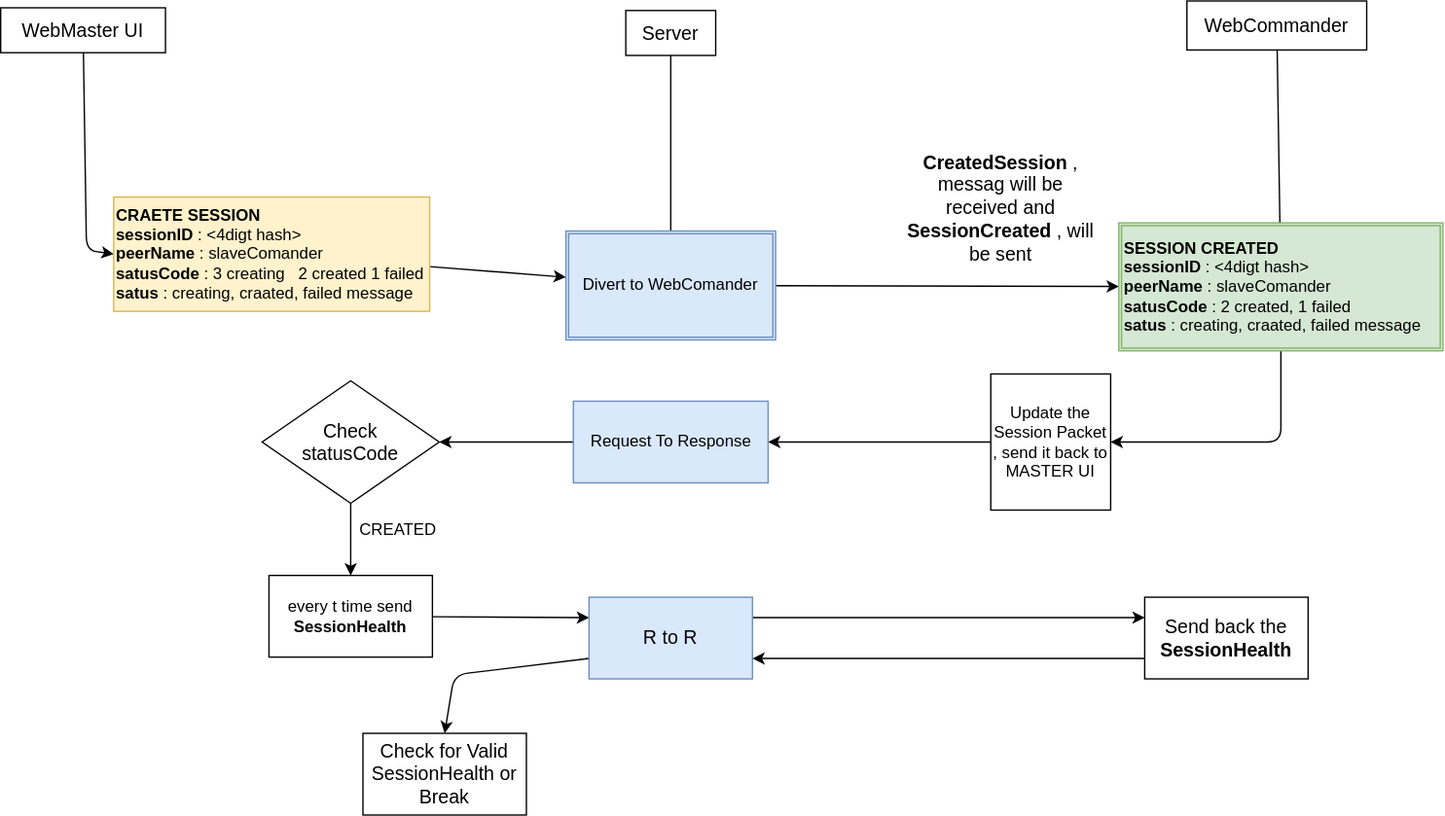
Before: draw.drawio.svg, a diagram exported from draw.io (ABugNamedBeetle/SimpleWebSocketJS). Source tidied: cells renumbered, new cells last; positions are measured from the earlier drawing's top-left corner, leaving out a move shared by most shapes.
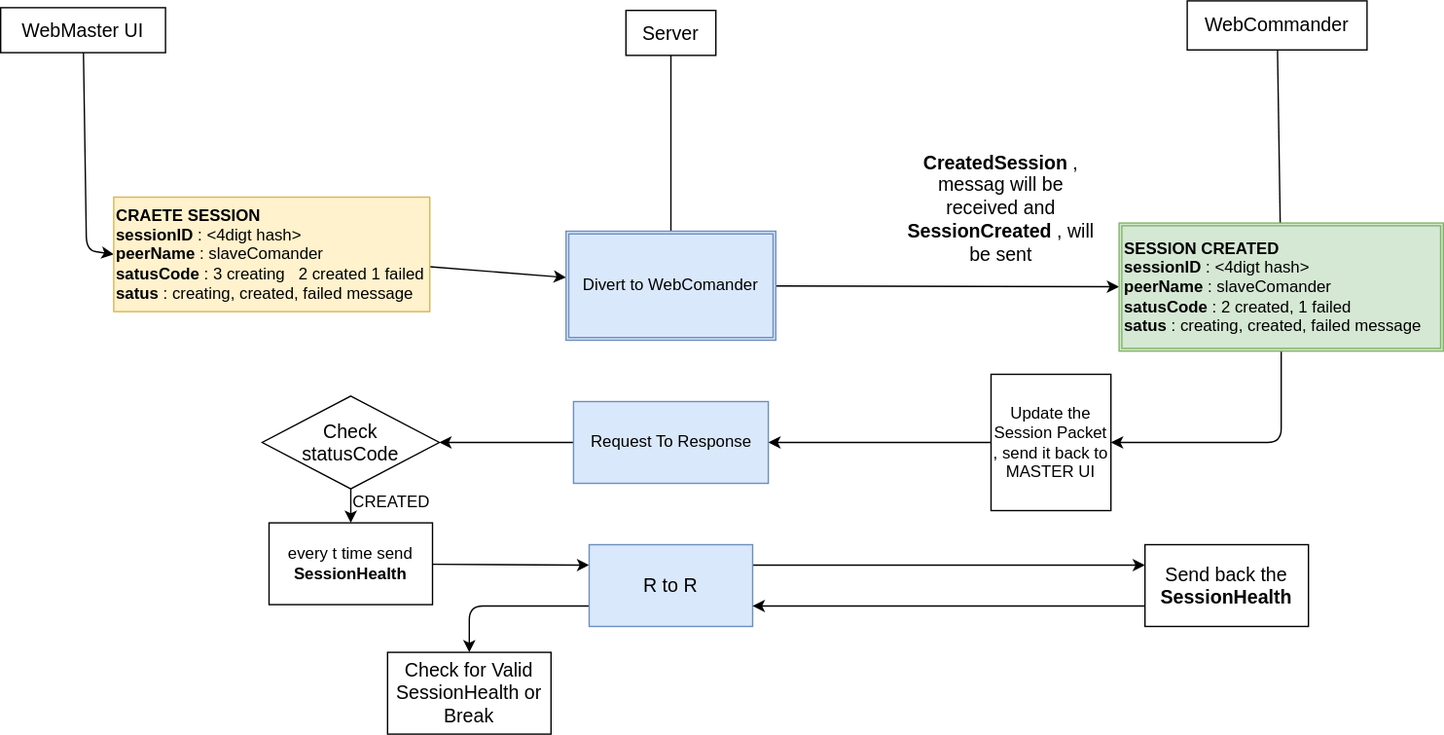
Above is the later version.

What changed in the source:
```diff
@@ -21,7 +21,7 @@
     <mxCell id="6" style="edgeStyle=none;html=1;" parent="1" edge="1" source="7" target="10">
       <mxGeometry relative="1" as="geometry" />
     </mxCell>
-    <mxCell id="7" value="&lt;b&gt;CRAETE SESSION&lt;/b&gt;&lt;br&gt;&lt;b&gt;sessionID &lt;/b&gt;: &amp;lt;4digt hash&amp;gt;&lt;br&gt;&lt;b&gt;peerName&lt;/b&gt;: slaveComander&lt;br&gt;&lt;b&gt;satusCode&lt;/b&gt;: 3 creating&amp;nbsp; &amp;nbsp;2 created 1 failed&lt;br&gt;&lt;b&gt;satus&lt;/b&gt;: creating, craated, failed message" style="rounded=0;whiteSpace=wrap;html=1;fillColor=#fff2cc;strokeColor=#d6b656;align=left;gradientColor=none;noLabel=0;fixedWidth=1;" parent="1" vertex="1">
+    <mxCell id="7" value="&lt;b&gt;CRAETE SESSION&lt;/b&gt;&lt;br&gt;&lt;b&gt;sessionID &lt;/b&gt;: &amp;lt;4digt hash&amp;gt;&lt;br&gt;&lt;b&gt;peerName&lt;/b&gt;: slaveComander&lt;br&gt;&lt;b&gt;satusCode&lt;/b&gt;: 3 creating&amp;nbsp; &amp;nbsp;2 created 1 failed&lt;br&gt;&lt;b&gt;satus&lt;/b&gt;: creating, created, failed message" style="rounded=0;whiteSpace=wrap;html=1;fillColor=#fff2cc;strokeColor=#d6b656;align=left;gradientColor=none;noLabel=0;fixedWidth=1;" parent="1" vertex="1">
       <mxGeometry x="83" y="144" width="232" height="84" as="geometry" />
     </mxCell>
     <mxCell id="8" style="edgeStyle=none;html=1;endArrow=none;" parent="1" edge="1" source="2" target="10">
@@ -43,7 +43,7 @@
         </Array>
       </mxGeometry>
     </mxCell>
-    <mxCell id="13" value="&lt;b&gt;SESSION CREATED&lt;/b&gt;&lt;br style=&quot;border-color: var(--border-color);&quot;&gt;&lt;b style=&quot;border-color: var(--border-color);&quot;&gt;sessionID&amp;nbsp;&lt;/b&gt;&lt;span style=&quot;&quot;&gt;: &amp;lt;4digt hash&amp;gt;&lt;/span&gt;&lt;br style=&quot;border-color: var(--border-color);&quot;&gt;&lt;b style=&quot;border-color: var(--border-color);&quot;&gt;peerName&lt;/b&gt;&lt;span style=&quot;&quot;&gt;: slaveComander&lt;/span&gt;&lt;br style=&quot;border-color: var(--border-color);&quot;&gt;&lt;b style=&quot;border-color: var(--border-color);&quot;&gt;satusCode&lt;/b&gt;&lt;span style=&quot;&quot;&gt;:&lt;/span&gt;&lt;span style=&quot;&quot;&gt;&amp;nbsp; 2 created,&amp;nbsp;&lt;/span&gt;&lt;span style=&quot;&quot;&gt;&amp;nbsp; 1 failed&lt;/span&gt;&lt;br style=&quot;border-color: var(--border-color);&quot;&gt;&lt;b style=&quot;border-color: var(--border-color);&quot;&gt;satus&lt;/b&gt;&lt;span style=&quot;&quot;&gt;: creating, craated, failed message&lt;/span&gt;" style="shape=ext;double=1;rounded=0;whiteSpace=wrap;html=1;align=left;fillColor=#d5e8d4;strokeColor=#82b366;" parent="1" vertex="1">
+    <mxCell id="13" value="&lt;b&gt;SESSION CREATED&lt;/b&gt;&lt;br style=&quot;border-color: var(--border-color);&quot;&gt;&lt;b style=&quot;border-color: var(--border-color);&quot;&gt;sessionID&amp;nbsp;&lt;/b&gt;&lt;span style=&quot;&quot;&gt;: &amp;lt;4digt hash&amp;gt;&lt;/span&gt;&lt;br style=&quot;border-color: var(--border-color);&quot;&gt;&lt;b style=&quot;border-color: var(--border-color);&quot;&gt;peerName&lt;/b&gt;&lt;span style=&quot;&quot;&gt;: slaveComander&lt;/span&gt;&lt;br style=&quot;border-color: var(--border-color);&quot;&gt;&lt;b style=&quot;border-color: var(--border-color);&quot;&gt;satusCode&lt;/b&gt;&lt;span style=&quot;&quot;&gt;:&lt;/span&gt;&lt;span style=&quot;&quot;&gt;&amp;nbsp; 2 created,&amp;nbsp;&lt;/span&gt;&lt;span style=&quot;&quot;&gt;&amp;nbsp; 1 failed&lt;/span&gt;&lt;br style=&quot;border-color: var(--border-color);&quot;&gt;&lt;b style=&quot;border-color: var(--border-color);&quot;&gt;satus&lt;/b&gt;&lt;span style=&quot;&quot;&gt;: creating, created, failed message&lt;/span&gt;" style="shape=ext;double=1;rounded=0;whiteSpace=wrap;html=1;align=left;fillColor=#d5e8d4;strokeColor=#82b366;" parent="1" vertex="1">
       <mxGeometry x="821" y="163" width="238" height="94" as="geometry" />
     </mxCell>
     <mxCell id="14" style="edgeStyle=none;html=1;entryX=1;entryY=0.5;entryDx=0;entryDy=0;" parent="1" edge="1" source="15" target="17">
@@ -62,16 +62,16 @@
       <mxGeometry relative="1" as="geometry" />
     </mxCell>
     <mxCell id="19" value="every t time send &lt;b&gt;SessionHealth&lt;/b&gt;" style="rounded=0;whiteSpace=wrap;html=1;" parent="1" vertex="1">
-      <mxGeometry x="197" y="422" width="120" height="60" as="geometry" />
+      <mxGeometry x="197" y="383" width="120" height="60" as="geometry" />
     </mxCell>
     <mxCell id="20" value="CREATED" style="text;html=1;strokeColor=none;fillColor=none;align=center;verticalAlign=middle;whiteSpace=wrap;rounded=0;" parent="1" vertex="1">
-      <mxGeometry x="262" y="374" width="60" height="30" as="geometry" />
+      <mxGeometry x="257" y="353" width="60" height="30" as="geometry" />
     </mxCell>
     <mxCell id="21" style="edgeStyle=none;html=1;exitX=0.5;exitY=1;exitDx=0;exitDy=0;entryX=0.5;entryY=0;entryDx=0;entryDy=0;" parent="1" edge="1" source="22" target="19">
       <mxGeometry relative="1" as="geometry" />
     </mxCell>
     <mxCell id="22" value="Check &lt;br style=&quot;font-size: 14px;&quot;&gt;statusCode&amp;nbsp;" style="rhombus;whiteSpace=wrap;html=1;fontSize=14;" parent="1" vertex="1">
-      <mxGeometry x="192" y="279" width="130" height="90" as="geometry" />
+      <mxGeometry x="192" y="290" width="130" height="68" as="geometry" />
     </mxCell>
     <mxCell id="23" style="edgeStyle=none;html=1;fontSize=14;entryX=0;entryY=0.25;entryDx=0;entryDy=0;exitX=1;exitY=0.25;exitDx=0;exitDy=0;" parent="1" edge="1" source="25" target="27">
       <mxGeometry relative="1" as="geometry" />
@@ -79,21 +79,21 @@
     <mxCell id="24" style="edgeStyle=none;html=1;exitX=0;exitY=0.75;exitDx=0;exitDy=0;entryX=0.5;entryY=0;entryDx=0;entryDy=0;" parent="1" edge="1" source="25" target="28">
       <mxGeometry relative="1" as="geometry">
         <Array as="points">
-          <mxPoint x="333" y="495" />
+          <mxPoint x="344" y="444" />
         </Array>
       </mxGeometry>
     </mxCell>
     <mxCell id="25" value="R to R" style="rounded=0;whiteSpace=wrap;html=1;fontSize=14;fillColor=#dae8fc;strokeColor=#6c8ebf;" parent="1" vertex="1">
-      <mxGeometry x="432" y="438" width="120" height="60" as="geometry" />
+      <mxGeometry x="432" y="399" width="120" height="60" as="geometry" />
     </mxCell>
     <mxCell id="26" style="edgeStyle=none;html=1;exitX=0;exitY=0.75;exitDx=0;exitDy=0;entryX=1;entryY=0.75;entryDx=0;entryDy=0;fontSize=14;" parent="1" edge="1" source="27" target="25">
       <mxGeometry relative="1" as="geometry" />
     </mxCell>
     <mxCell id="27" value="Send back the &lt;b&gt;SessionHealth&lt;/b&gt;" style="rounded=0;whiteSpace=wrap;html=1;fontSize=14;" parent="1" vertex="1">
-      <mxGeometry x="840" y="438" width="120" height="60" as="geometry" />
+      <mxGeometry x="840" y="399" width="120" height="60" as="geometry" />
     </mxCell>
     <mxCell id="28" value="Check for Valid SessionHealth or Break" style="rounded=0;whiteSpace=wrap;html=1;fontSize=14;" parent="1" vertex="1">
-      <mxGeometry x="266" y="538" width="120" height="60" as="geometry" />
+      <mxGeometry x="284" y="478" width="120" height="60" as="geometry" />
     </mxCell>
     <mxCell id="29" value="&lt;b&gt;CreatedSession&lt;/b&gt;, messag will be received and &lt;b&gt;SessionCreated&lt;/b&gt;, will be sent" style="text;html=1;strokeColor=none;fillColor=none;align=center;verticalAlign=middle;whiteSpace=wrap;rounded=0;fontSize=14;" parent="1" vertex="1">
       <mxGeometry x="664" y="108" width="141" height="87" as="geometry" />
```
